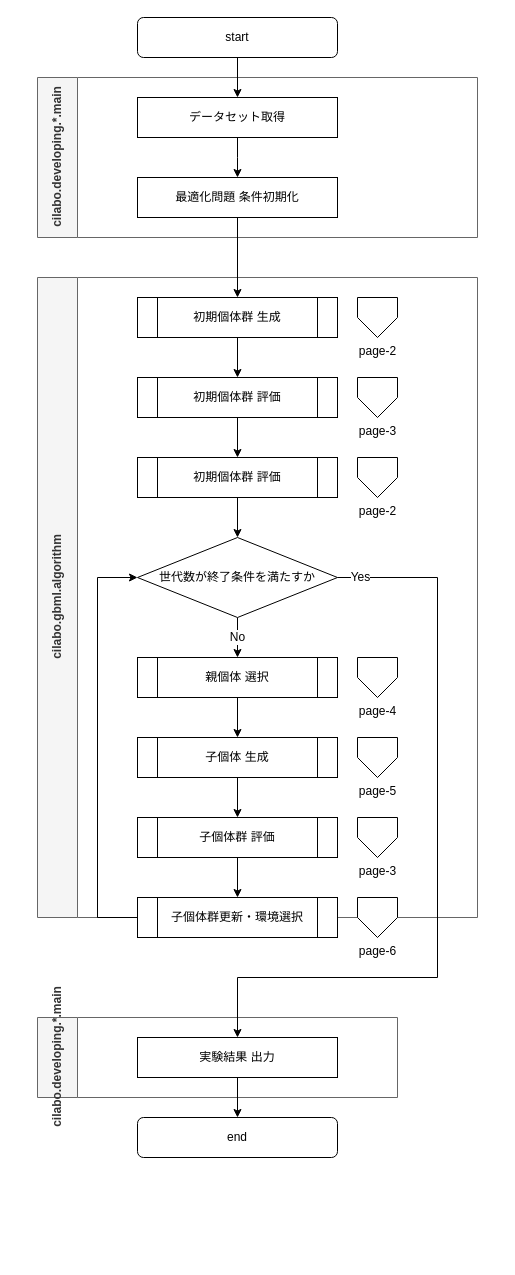
hiro-tacky/MoFGBML_roma keeps this draw.io diagram as page "Page-1" (1 of 3) of MoFGBML.drawio. Above is the earlier version. Source tidied: cells renumbered, new cells numbered last; positions are measured from the earlier drawing's top-left corner, leaving out a move shared by most shapes. Both pictures are drawn from the tidied source at 100%, with x=0, y=0 at pixel (37, 17).
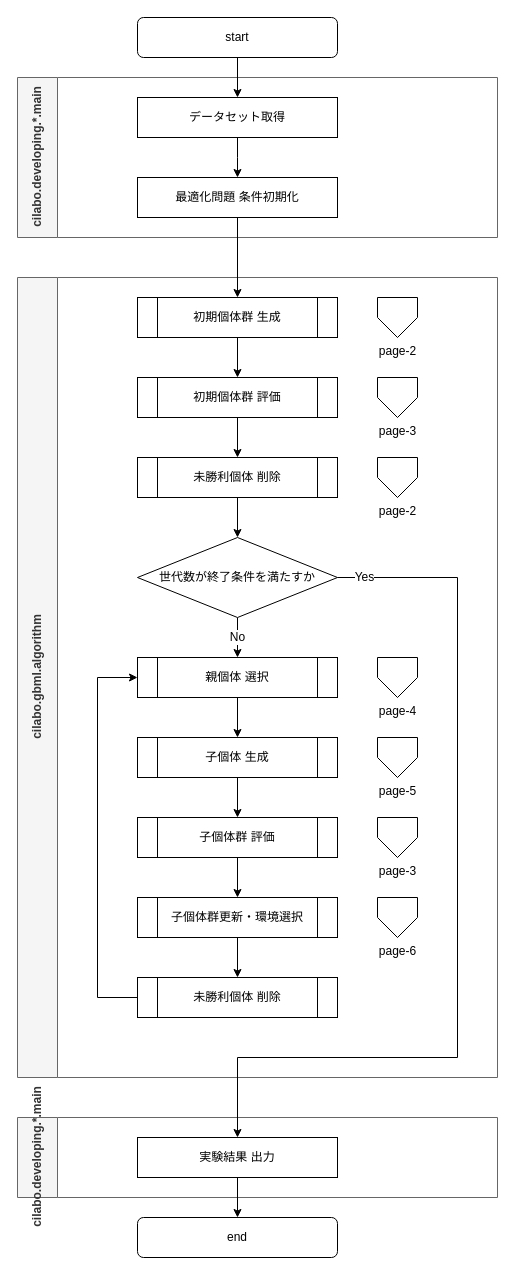
After the change.

Commit message:
MoFGBML.drawio を更新します

Unchanged cells that the change refers to:
```xml
<mxCell id="29" value="子個体群更新・環境選択" style="shape=process;whiteSpace=wrap;html=1;backgroundOutline=1;fontFamily=Helvetica;fontSize=12;fontColor=default;align=center;strokeColor=default;fillColor=default;" parent="1" vertex="1">
  <mxGeometry x="100" y="880" width="200" height="40" as="geometry" />
</mxCell>
```

The edit, as a diff of the source:
```diff
@@
     <mxCell id="4" value="cilabo.developing.*.main" style="swimlane;horizontal=0;rounded=0;fontFamily=Helvetica;fontSize=12;strokeColor=#666666;fillColor=#f5f5f5;html=1;startSize=40;fontColor=#333333;" parent="1" vertex="1">
-      <mxGeometry y="60" width="440" height="160" as="geometry" />
+      <mxGeometry x="-20" y="60" width="480" height="160" as="geometry" />
     </mxCell>
     <mxCell id="5" value="cilabo.gbml.algorithm" style="swimlane;horizontal=0;rounded=0;fontFamily=Helvetica;fontSize=12;strokeColor=#666666;fillColor=#f5f5f5;html=1;startSize=40;fontColor=#333333;" parent="1" vertex="1">
-      <mxGeometry y="260" width="440" height="640" as="geometry" />
+      <mxGeometry x="-20" y="260" width="480" height="800" as="geometry" />
     </mxCell>
@@
     <mxCell id="7" value="世代数が終了条件を満たすか" style="rhombus;whiteSpace=wrap;html=1;rounded=0;fontFamily=Helvetica;fontSize=12;fontColor=default;strokeColor=default;fillColor=default;" parent="5" vertex="1">
-      <mxGeometry x="100" y="260" width="200" height="80" as="geometry" />
+      <mxGeometry x="120" y="260" width="200" height="80" as="geometry" />
     </mxCell>
@@
     <mxCell id="9" value="親個体 選択" style="shape=process;whiteSpace=wrap;html=1;backgroundOutline=1;fontFamily=Helvetica;fontSize=12;fontColor=default;align=center;strokeColor=default;fillColor=default;" parent="5" vertex="1">
-      <mxGeometry x="100" y="380" width="200" height="40" as="geometry" />
+      <mxGeometry x="120" y="380" width="200" height="40" as="geometry" />
     </mxCell>
     <mxCell id="10" value="子個体 生成" style="shape=process;whiteSpace=wrap;html=1;backgroundOutline=1;fontFamily=Helvetica;fontSize=12;fontColor=default;align=center;strokeColor=default;fillColor=default;" parent="5" vertex="1">
-      <mxGeometry x="100" y="460" width="200" height="40" as="geometry" />
+      <mxGeometry x="120" y="460" width="200" height="40" as="geometry" />
     </mxCell>
     <mxCell id="11" value="page-2" style="verticalLabelPosition=bottom;verticalAlign=top;html=1;shape=offPageConnector;rounded=0;size=0.5;fontFamily=Helvetica;fontSize=12;fontColor=default;strokeColor=default;fillColor=default;" parent="5" vertex="1">
-      <mxGeometry x="320" y="20" width="40" height="40" as="geometry" />
+      <mxGeometry x="360" y="20" width="40" height="40" as="geometry" />
     </mxCell>
     <mxCell id="12" value="page-3" style="verticalLabelPosition=bottom;verticalAlign=top;html=1;shape=offPageConnector;rounded=0;size=0.5;fontFamily=Helvetica;fontSize=12;fontColor=default;strokeColor=default;fillColor=default;" parent="5" vertex="1">
-      <mxGeometry x="320" y="100" width="40" height="40" as="geometry" />
+      <mxGeometry x="360" y="100" width="40" height="40" as="geometry" />
     </mxCell>
     <mxCell id="13" value="page-4" style="verticalLabelPosition=bottom;verticalAlign=top;html=1;shape=offPageConnector;rounded=0;size=0.5;fontFamily=Helvetica;fontSize=12;fontColor=default;strokeColor=default;fillColor=default;" parent="5" vertex="1">
-      <mxGeometry x="320" y="380" width="40" height="40" as="geometry" />
+      <mxGeometry x="360" y="380" width="40" height="40" as="geometry" />
     </mxCell>
     <mxCell id="14" value="page-5" style="verticalLabelPosition=bottom;verticalAlign=top;html=1;shape=offPageConnector;rounded=0;size=0.5;fontFamily=Helvetica;fontSize=12;fontColor=default;strokeColor=default;fillColor=default;" parent="5" vertex="1">
-      <mxGeometry x="320" y="460" width="40" height="40" as="geometry" />
+      <mxGeometry x="360" y="460" width="40" height="40" as="geometry" />
     </mxCell>
     <mxCell id="15" value="page-3" style="verticalLabelPosition=bottom;verticalAlign=top;html=1;shape=offPageConnector;rounded=0;size=0.5;fontFamily=Helvetica;fontSize=12;fontColor=default;strokeColor=default;fillColor=default;" parent="5" vertex="1">
-      <mxGeometry x="320" y="540" width="40" height="40" as="geometry" />
+      <mxGeometry x="360" y="540" width="40" height="40" as="geometry" />
     </mxCell>
     <mxCell id="16" value="page-6" style="verticalLabelPosition=bottom;verticalAlign=top;html=1;shape=offPageConnector;rounded=0;size=0.5;fontFamily=Helvetica;fontSize=12;fontColor=default;strokeColor=default;fillColor=default;" parent="5" vertex="1">
-      <mxGeometry x="320" y="620" width="40" height="40" as="geometry" />
+      <mxGeometry x="360" y="620" width="40" height="40" as="geometry" />
     </mxCell>
@@
-    <mxCell id="18" value="初期個体群 評価" style="shape=process;whiteSpace=wrap;html=1;backgroundOutline=1;fontFamily=Helvetica;fontSize=12;fontColor=default;align=center;strokeColor=default;fillColor=default;" parent="5" vertex="1">
-      <mxGeometry x="100" y="180" width="200" height="40" as="geometry" />
+    <mxCell id="18" value="未勝利個体 削除" style="shape=process;whiteSpace=wrap;html=1;backgroundOutline=1;fontFamily=Helvetica;fontSize=12;fontColor=default;align=center;strokeColor=default;fillColor=default;" parent="5" vertex="1">
+      <mxGeometry x="120" y="180" width="200" height="40" as="geometry" />
     </mxCell>
     <mxCell id="19" value="page-2" style="verticalLabelPosition=bottom;verticalAlign=top;html=1;shape=offPageConnector;rounded=0;size=0.5;fontFamily=Helvetica;fontSize=12;fontColor=default;strokeColor=default;fillColor=default;" parent="5" vertex="1">
-      <mxGeometry x="320" y="180" width="40" height="40" as="geometry" />
+      <mxGeometry x="360" y="180" width="40" height="40" as="geometry" />
     </mxCell>
+    <mxCell id="38" style="edgeStyle=orthogonalEdgeStyle;rounded=0;jettySize=auto;html=1;entryX=0;entryY=0.5;entryDx=0;entryDy=0;exitX=0;exitY=0.5;exitDx=0;exitDy=0;" parent="5" edge="1" source="39" target="9">
+      <mxGeometry relative="1" as="geometry">
+        <Array as="points">
+          <mxPoint x="80" y="720" />
+          <mxPoint x="80" y="400" />
+        </Array>
+      </mxGeometry>
+    </mxCell>
+    <mxCell id="39" value="未勝利個体 削除" style="shape=process;whiteSpace=wrap;html=1;backgroundOutline=1;fontFamily=Helvetica;fontSize=12;fontColor=default;align=center;strokeColor=default;fillColor=default;" parent="5" vertex="1">
+      <mxGeometry x="120" y="700" width="200" height="40" as="geometry" />
+    </mxCell>
@@
-    <mxCell id="28" style="edgeStyle=orthogonalEdgeStyle;rounded=0;jettySize=auto;html=1;exitX=0;exitY=0.5;exitDx=0;exitDy=0;entryX=0;entryY=0.5;entryDx=0;entryDy=0;fontFamily=Helvetica;fontSize=12;fontColor=default;" parent="1" edge="1" source="29" target="7">
-      <mxGeometry relative="1" as="geometry">
-        <Array as="points">
-          <mxPoint x="60" y="900" />
-          <mxPoint x="60" y="560" />
-        </Array>
-      </mxGeometry>
-    </mxCell>
+    <mxCell id="40" style="edgeStyle=orthogonalEdgeStyle;rounded=0;jettySize=auto;html=1;" parent="1" edge="1" source="29" target="39">
+      <mxGeometry relative="1" as="geometry" />
+    </mxCell>
@@
     <mxCell id="31" value="cilabo.developing.*.main" style="swimlane;horizontal=0;rounded=0;fontFamily=Helvetica;fontSize=12;strokeColor=#666666;fillColor=#f5f5f5;html=1;startSize=40;fontColor=#333333;" parent="1" vertex="1">
-      <mxGeometry y="1000" width="360" height="80" as="geometry" />
+      <mxGeometry x="-20" y="1100" width="480" height="80" as="geometry" />
     </mxCell>
     <mxCell id="32" value="実験結果 出力" style="rounded=0;whiteSpace=wrap;html=1;" parent="31" vertex="1">
-      <mxGeometry x="100" y="20" width="200" height="40" as="geometry" />
+      <mxGeometry x="120" y="20" width="200" height="40" as="geometry" />
     </mxCell>
-    <mxCell id="33" value="Yes" style="edgeStyle=orthogonalEdgeStyle;rounded=0;jettySize=auto;html=1;exitX=1;exitY=0.5;exitDx=0;exitDy=0;entryX=0.5;entryY=0;entryDx=0;entryDy=0;fontFamily=Helvetica;fontSize=12;fontColor=default;" parent="1" edge="1" source="7" target="32">
+    <mxCell id="33" value="Yes" style="edgeStyle=orthogonalEdgeStyle;rounded=0;jettySize=auto;html=1;exitX=1;exitY=0.5;exitDx=0;exitDy=0;fontFamily=Helvetica;fontSize=12;fontColor=default;" parent="1" edge="1" source="7">
       <mxGeometry x="-0.94" relative="1" as="geometry">
+        <mxPoint x="200" y="1120" as="targetPoint" />
         <Array as="points">
-          <mxPoint x="400" y="560" />
-          <mxPoint x="400" y="960" />
-          <mxPoint x="200" y="960" />
+          <mxPoint x="420" y="560" />
+          <mxPoint x="420" y="1040" />
+          <mxPoint x="200" y="1040" />
         </Array>
       </mxGeometry>
     </mxCell>
@@
     <mxCell id="36" value="end" style="rounded=1;whiteSpace=wrap;html=1;fontFamily=Helvetica;fontSize=12;fontColor=default;strokeColor=default;fillColor=default;" parent="1" vertex="1">
-      <mxGeometry x="100" y="1100" width="200" height="40" as="geometry" />
+      <mxGeometry x="100" y="1200" width="200" height="40" as="geometry" />
     </mxCell>
-    <mxCell id="37" style="edgeStyle=orthogonalEdgeStyle;rounded=0;jettySize=auto;html=1;fontFamily=Helvetica;fontSize=12;fontColor=default;" parent="1" edge="1" source="32" target="36">
+    <mxCell id="37" style="edgeStyle=orthogonalEdgeStyle;rounded=0;jettySize=auto;html=1;entryX=0.5;entryY=0;entryDx=0;entryDy=0;" parent="1" edge="1" source="32" target="36">
       <mxGeometry relative="1" as="geometry" />
     </mxCell>
```
